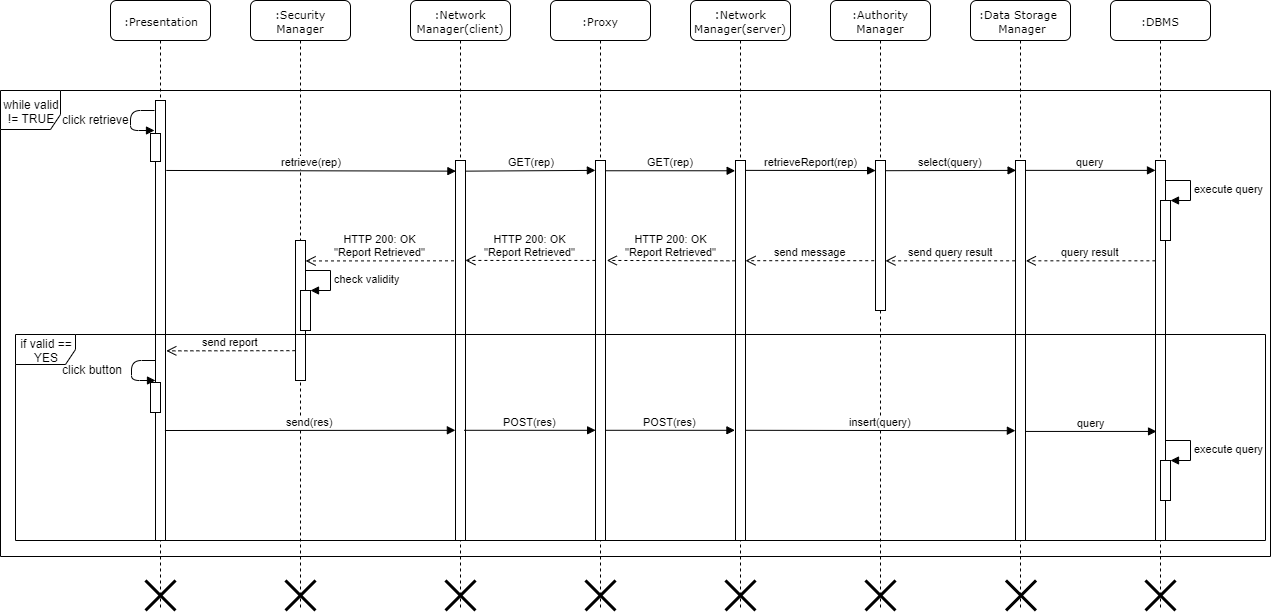
Above: DD/img/sequence_diagrams/Retrieve_report.png in dariomiceli3/SafeStreet (draw.io), before the change. Source tidied: cells renumbered, new cells last; positions are measured from the earlier drawing's top-left corner, leaving out a move shared by most shapes. Source of this version:
```xml
<mxGraphModel background="#ffffff">
  <root>
    <mxCell id="0" />
    <mxCell id="1" parent="0" />
    <mxCell id="2" value="&lt;span style=&quot;font-size: 11px&quot;&gt;:Security Manager&lt;/span&gt;" style="shape=umlLifeline;perimeter=lifelinePerimeter;whiteSpace=wrap;html=1;rounded=1;shadow=0;comic=0;labelBackgroundColor=none;strokeWidth=1;fontFamily=Verdana;fontSize=12;align=center;" parent="1" vertex="1">
      <mxGeometry x="250" width="100" height="610" as="geometry" />
    </mxCell>
    <mxCell id="3" style="html=1;points=[];perimeter=orthogonalPerimeter;rounded=0;shadow=0;comic=0;labelBackgroundColor=none;strokeWidth=1;fontFamily=Verdana;fontSize=12;align=center;" parent="2" vertex="1">
      <mxGeometry x="45" y="240" width="10" height="140" as="geometry" />
    </mxCell>
    <mxCell id="4" style="html=1;points=[];perimeter=orthogonalPerimeter;" parent="2" vertex="1">
      <mxGeometry x="50" y="290" width="10" height="40" as="geometry" />
    </mxCell>
    <mxCell id="5" value="check validity" style="edgeStyle=orthogonalEdgeStyle;html=1;align=left;spacingLeft=2;endArrow=block;rounded=0;entryX=1;entryY=0;" parent="2" edge="1" target="4">
      <mxGeometry relative="1" as="geometry">
        <mxPoint x="55" y="270" as="sourcePoint" />
        <Array as="points">
          <mxPoint x="80" y="270" />
        </Array>
      </mxGeometry>
    </mxCell>
    <mxCell id="6" value="&lt;span style=&quot;font-size: 11px&quot;&gt;:Network Manager(client)&lt;/span&gt;" style="shape=umlLifeline;perimeter=lifelinePerimeter;whiteSpace=wrap;html=1;rounded=1;shadow=0;comic=0;labelBackgroundColor=none;strokeWidth=1;fontFamily=Verdana;fontSize=12;align=center;" parent="1" vertex="1">
      <mxGeometry x="410" width="100" height="610" as="geometry" />
    </mxCell>
    <mxCell id="7" style="html=1;points=[];perimeter=orthogonalPerimeter;rounded=0;shadow=0;comic=0;labelBackgroundColor=none;strokeWidth=1;fontFamily=Verdana;fontSize=12;align=center;" parent="6" vertex="1">
      <mxGeometry x="45" y="160" width="10" height="380" as="geometry" />
    </mxCell>
    <mxCell id="8" value="&lt;font style=&quot;font-size: 11px&quot;&gt;:Proxy&lt;/font&gt;" style="shape=umlLifeline;perimeter=lifelinePerimeter;whiteSpace=wrap;html=1;rounded=1;shadow=0;comic=0;labelBackgroundColor=none;strokeWidth=1;fontFamily=Verdana;fontSize=12;align=center;" parent="1" vertex="1">
      <mxGeometry x="550" width="100" height="610" as="geometry" />
    </mxCell>
    <mxCell id="9" style="html=1;points=[];perimeter=orthogonalPerimeter;rounded=0;shadow=0;comic=0;labelBackgroundColor=none;strokeWidth=1;fontFamily=Verdana;fontSize=12;align=center;" parent="8" vertex="1">
      <mxGeometry x="45" y="160" width="10" height="380" as="geometry" />
    </mxCell>
    <mxCell id="10" value=":&lt;span style=&quot;font-size: 11px&quot;&gt;Network Manager(server)&lt;/span&gt;" style="shape=umlLifeline;perimeter=lifelinePerimeter;whiteSpace=wrap;html=1;rounded=1;shadow=0;comic=0;labelBackgroundColor=none;strokeWidth=1;fontFamily=Verdana;fontSize=12;align=center;" parent="1" vertex="1">
      <mxGeometry x="690" width="100" height="610" as="geometry" />
    </mxCell>
    <mxCell id="11" style="html=1;points=[];perimeter=orthogonalPerimeter;rounded=0;shadow=0;comic=0;labelBackgroundColor=none;strokeWidth=1;fontFamily=Verdana;fontSize=12;align=center;" parent="10" vertex="1">
      <mxGeometry x="45" y="160" width="10" height="380" as="geometry" />
    </mxCell>
    <mxCell id="12" value="&lt;font style=&quot;font-size: 11px&quot;&gt;:Authority Manager&lt;/font&gt;" style="shape=umlLifeline;perimeter=lifelinePerimeter;whiteSpace=wrap;html=1;rounded=1;shadow=0;comic=0;labelBackgroundColor=none;strokeWidth=1;fontFamily=Verdana;fontSize=12;align=center;" parent="1" vertex="1">
      <mxGeometry x="830" width="100" height="610" as="geometry" />
    </mxCell>
    <mxCell id="13" style="html=1;points=[];perimeter=orthogonalPerimeter;rounded=0;shadow=0;comic=0;labelBackgroundColor=none;strokeColor=#000000;strokeWidth=1;fillColor=#FFFFFF;fontFamily=Verdana;fontSize=12;fontColor=#000000;align=center;" parent="12" vertex="1">
      <mxGeometry x="45" y="160" width="10" height="150" as="geometry" />
    </mxCell>
    <mxCell id="14" value="&lt;font style=&quot;font-size: 11px&quot;&gt;:Presentation&lt;/font&gt;" style="shape=umlLifeline;perimeter=lifelinePerimeter;whiteSpace=wrap;html=1;rounded=1;shadow=0;comic=0;labelBackgroundColor=none;strokeWidth=1;fontFamily=Verdana;fontSize=12;align=center;" parent="1" vertex="1">
      <mxGeometry x="110" width="100" height="610" as="geometry" />
    </mxCell>
    <mxCell id="15" style="html=1;points=[];perimeter=orthogonalPerimeter;rounded=0;shadow=0;comic=0;labelBackgroundColor=none;strokeWidth=1;fontFamily=Verdana;fontSize=12;align=center;" parent="14" vertex="1">
      <mxGeometry x="45" y="100" width="10" height="440" as="geometry" />
    </mxCell>
    <mxCell id="16" value="retrieve(rep)" style="html=1;verticalAlign=bottom;endArrow=block;exitX=0.88;exitY=0.159;exitDx=0;exitDy=0;exitPerimeter=0;entryX=0.04;entryY=0.028;entryDx=0;entryDy=0;entryPerimeter=0;" parent="14" edge="1" target="7">
      <mxGeometry relative="1" as="geometry">
        <mxPoint x="55.8" y="170" as="sourcePoint" />
      </mxGeometry>
    </mxCell>
    <mxCell id="17" style="html=1;perimeter=orthogonalPerimeter;" parent="14" vertex="1">
      <mxGeometry x="40" y="382" width="10" height="30" as="geometry" />
    </mxCell>
    <mxCell id="18" style="shape=umlDestroy;whiteSpace=wrap;html=1;strokeWidth=3;" parent="14" vertex="1">
      <mxGeometry x="35" y="580" width="30" height="30" as="geometry" />
    </mxCell>
    <mxCell id="19" style="shape=umlDestroy;whiteSpace=wrap;html=1;strokeWidth=3;" parent="14" vertex="1">
      <mxGeometry x="615" y="580" width="30" height="30" as="geometry" />
    </mxCell>
    <mxCell id="20" value="&lt;font style=&quot;font-size: 11px&quot;&gt;:Data Storage&amp;nbsp;&lt;br&gt;&amp;nbsp;Manager&lt;/font&gt;" style="shape=umlLifeline;perimeter=lifelinePerimeter;whiteSpace=wrap;html=1;rounded=1;shadow=0;comic=0;labelBackgroundColor=none;strokeWidth=1;fontFamily=Verdana;fontSize=12;align=center;" parent="1" vertex="1">
      <mxGeometry x="970" width="100" height="610" as="geometry" />
    </mxCell>
    <mxCell id="21" style="html=1;points=[];perimeter=orthogonalPerimeter;rounded=0;shadow=0;comic=0;labelBackgroundColor=none;strokeColor=#000000;strokeWidth=1;fillColor=#FFFFFF;fontFamily=Verdana;fontSize=12;fontColor=#000000;align=center;" parent="20" vertex="1">
      <mxGeometry x="45" y="160" width="10" height="380" as="geometry" />
    </mxCell>
    <mxCell id="22" value="&lt;font style=&quot;font-size: 11px&quot;&gt;:DBMS&lt;/font&gt;" style="shape=umlLifeline;perimeter=lifelinePerimeter;whiteSpace=wrap;html=1;rounded=1;shadow=0;comic=0;labelBackgroundColor=none;strokeWidth=1;fontFamily=Verdana;fontSize=12;align=center;" parent="1" vertex="1">
      <mxGeometry x="1110" width="100" height="610" as="geometry" />
    </mxCell>
    <mxCell id="23" style="html=1;points=[];perimeter=orthogonalPerimeter;rounded=0;shadow=0;comic=0;labelBackgroundColor=none;strokeColor=#000000;strokeWidth=1;fillColor=#FFFFFF;fontFamily=Verdana;fontSize=12;fontColor=#000000;align=center;" parent="22" vertex="1">
      <mxGeometry x="45" y="160" width="10" height="380" as="geometry" />
    </mxCell>
    <mxCell id="24" style="html=1;points=[];perimeter=orthogonalPerimeter;" parent="22" vertex="1">
      <mxGeometry x="50" y="200" width="10" height="40" as="geometry" />
    </mxCell>
    <mxCell id="25" value="execute query" style="edgeStyle=orthogonalEdgeStyle;html=1;align=left;spacingLeft=2;endArrow=block;rounded=0;entryX=1;entryY=0;" parent="22" edge="1" target="24">
      <mxGeometry relative="1" as="geometry">
        <mxPoint x="55" y="180" as="sourcePoint" />
        <Array as="points">
          <mxPoint x="80" y="180" />
        </Array>
      </mxGeometry>
    </mxCell>
    <mxCell id="26" style="html=1;points=[];perimeter=orthogonalPerimeter;" parent="22" vertex="1">
      <mxGeometry x="50" y="460" width="10" height="40" as="geometry" />
    </mxCell>
    <mxCell id="27" value="execute query" style="edgeStyle=orthogonalEdgeStyle;html=1;align=left;spacingLeft=2;endArrow=block;rounded=0;entryX=1;entryY=0;" parent="22" edge="1" target="26">
      <mxGeometry relative="1" as="geometry">
        <mxPoint x="55" y="440" as="sourcePoint" />
        <Array as="points">
          <mxPoint x="80" y="440" />
        </Array>
      </mxGeometry>
    </mxCell>
    <mxCell id="28" style="html=1;verticalAlign=bottom;endArrow=block;" parent="1" edge="1">
      <mxGeometry x="0.29" y="32" relative="1" as="geometry">
        <mxPoint x="154" y="110" as="sourcePoint" />
        <mxPoint x="154" y="130" as="targetPoint" />
        <Array as="points">
          <mxPoint x="130" y="110" />
          <mxPoint x="130" y="130" />
        </Array>
        <mxPoint x="-30" y="22" as="offset" />
      </mxGeometry>
    </mxCell>
    <mxCell id="29" value="click retrieve" style="text;html=1;align=left;verticalAlign=top;spacingTop=-4;" parent="1" vertex="1">
      <mxGeometry x="60" y="110" width="80" height="20" as="geometry" />
    </mxCell>
    <mxCell id="30" style="html=1;perimeter=orthogonalPerimeter;" parent="1" vertex="1">
      <mxGeometry x="150" y="133" width="10" height="28" as="geometry" />
    </mxCell>
    <mxCell id="31" value="GET(rep)" style="html=1;verticalAlign=bottom;endArrow=block;exitX=1.035;exitY=0.027;exitDx=0;exitDy=0;exitPerimeter=0;entryX=-0.035;entryY=0.027;entryDx=0;entryDy=0;entryPerimeter=0;" parent="1" edge="1" source="9" target="11">
      <mxGeometry relative="1" as="geometry" />
    </mxCell>
    <mxCell id="32" value="HTTP 200: OK&lt;br&gt;&quot;Report Retrieved&quot;" style="html=1;verticalAlign=bottom;endArrow=open;dashed=1;endSize=8;entryX=0.988;entryY=0.263;entryDx=0;entryDy=0;entryPerimeter=0;exitX=-0.012;exitY=0.263;exitDx=0;exitDy=0;exitPerimeter=0;" parent="1" edge="1" source="9" target="7">
      <mxGeometry relative="1" as="geometry" />
    </mxCell>
    <mxCell id="33" value="HTTP 200: OK&lt;br&gt;&quot;Report Retrieved&quot;" style="html=1;verticalAlign=bottom;endArrow=open;dashed=1;endSize=8;entryX=1.012;entryY=0.146;entryDx=0;entryDy=0;entryPerimeter=0;exitX=-0.151;exitY=0.264;exitDx=0;exitDy=0;exitPerimeter=0;" parent="1" edge="1" source="7" target="3">
      <mxGeometry relative="1" as="geometry" />
    </mxCell>
    <mxCell id="34" style="html=1;verticalAlign=bottom;endArrow=block;" parent="1" edge="1">
      <mxGeometry x="0.29" y="32" relative="1" as="geometry">
        <mxPoint x="155" y="360" as="sourcePoint" />
        <mxPoint x="155" y="380" as="targetPoint" />
        <Array as="points">
          <mxPoint x="131" y="360" />
          <mxPoint x="131" y="380" />
        </Array>
        <mxPoint x="-30" y="22" as="offset" />
      </mxGeometry>
    </mxCell>
    <mxCell id="35" value="click button" style="text;html=1;align=left;verticalAlign=top;spacingTop=-4;" parent="1" vertex="1">
      <mxGeometry x="60" y="360" width="80" height="20" as="geometry" />
    </mxCell>
    <mxCell id="36" value="POST(res)" style="html=1;verticalAlign=bottom;endArrow=block;exitX=0.988;exitY=0.71;exitDx=0;exitDy=0;exitPerimeter=0;entryX=-0.058;entryY=0.71;entryDx=0;entryDy=0;entryPerimeter=0;" parent="1" edge="1" source="9" target="11">
      <mxGeometry relative="1" as="geometry" />
    </mxCell>
    <mxCell id="37" value="while valid != TRUE" style="shape=umlFrame;whiteSpace=wrap;html=1;width=60;height=39;" parent="1" vertex="1">
      <mxGeometry y="90" width="1270" height="466" as="geometry" />
    </mxCell>
    <mxCell id="38" value="if valid == YES" style="shape=umlFrame;whiteSpace=wrap;html=1;" parent="1" vertex="1">
      <mxGeometry x="15" y="334" width="1250" height="206" as="geometry" />
    </mxCell>
    <mxCell id="39" style="shape=umlDestroy;whiteSpace=wrap;html=1;strokeWidth=3;" parent="1" vertex="1">
      <mxGeometry x="285" y="580" width="30" height="30" as="geometry" />
    </mxCell>
    <mxCell id="40" style="shape=umlDestroy;whiteSpace=wrap;html=1;strokeWidth=3;direction=south;" parent="1" vertex="1">
      <mxGeometry x="445" y="580" width="30" height="30" as="geometry" />
    </mxCell>
    <mxCell id="41" style="shape=umlDestroy;whiteSpace=wrap;html=1;strokeWidth=3;" parent="1" vertex="1">
      <mxGeometry x="585" y="580" width="30" height="30" as="geometry" />
    </mxCell>
    <mxCell id="42" style="shape=umlDestroy;whiteSpace=wrap;html=1;strokeWidth=3;" parent="1" vertex="1">
      <mxGeometry x="865" y="580" width="30" height="30" as="geometry" />
    </mxCell>
    <mxCell id="43" style="shape=umlDestroy;whiteSpace=wrap;html=1;strokeWidth=3;direction=south;" parent="1" vertex="1">
      <mxGeometry x="1005.5" y="580" width="30" height="30" as="geometry" />
    </mxCell>
    <mxCell id="44" style="shape=umlDestroy;whiteSpace=wrap;html=1;strokeWidth=3;" parent="1" vertex="1">
      <mxGeometry x="1145" y="580" width="30" height="30" as="geometry" />
    </mxCell>
    <mxCell id="45" value="GET(rep)" style="html=1;verticalAlign=bottom;endArrow=block;exitX=1.08;exitY=0.028;exitDx=0;exitDy=0;exitPerimeter=0;entryX=-0.012;entryY=0.026;entryDx=0;entryDy=0;entryPerimeter=0;" parent="1" edge="1" source="7" target="9">
      <mxGeometry relative="1" as="geometry" />
    </mxCell>
    <mxCell id="46" value="retrieveReport(rep)" style="html=1;verticalAlign=bottom;endArrow=block;exitX=1.035;exitY=0.026;exitDx=0;exitDy=0;exitPerimeter=0;entryX=0.012;entryY=0.067;entryDx=0;entryDy=0;entryPerimeter=0;" parent="1" edge="1" source="11" target="13">
      <mxGeometry relative="1" as="geometry" />
    </mxCell>
    <mxCell id="47" value="select(query)" style="html=1;verticalAlign=bottom;endArrow=block;exitX=1.035;exitY=0.068;exitDx=0;exitDy=0;exitPerimeter=0;entryX=0.058;entryY=0.026;entryDx=0;entryDy=0;entryPerimeter=0;" parent="1" edge="1" source="13" target="21">
      <mxGeometry relative="1" as="geometry" />
    </mxCell>
    <mxCell id="48" value="query" style="html=1;verticalAlign=bottom;endArrow=block;exitX=1.035;exitY=0.026;exitDx=0;exitDy=0;exitPerimeter=0;" parent="1" edge="1" source="21" target="23">
      <mxGeometry relative="1" as="geometry" />
    </mxCell>
    <mxCell id="49" value="query result" style="html=1;verticalAlign=bottom;endArrow=open;dashed=1;endSize=8;entryX=1.035;entryY=0.264;entryDx=0;entryDy=0;entryPerimeter=0;exitX=-0.012;exitY=0.264;exitDx=0;exitDy=0;exitPerimeter=0;" parent="1" edge="1" source="23" target="21">
      <mxGeometry relative="1" as="geometry" />
    </mxCell>
    <mxCell id="50" value="send query result" style="html=1;verticalAlign=bottom;endArrow=open;dashed=1;endSize=8;exitX=-0.035;exitY=0.264;exitDx=0;exitDy=0;exitPerimeter=0;" parent="1" edge="1" source="21" target="13">
      <mxGeometry relative="1" as="geometry" />
    </mxCell>
    <mxCell id="51" value="send message" style="html=1;verticalAlign=bottom;endArrow=open;dashed=1;endSize=8;exitX=-0.128;exitY=0.668;exitDx=0;exitDy=0;exitPerimeter=0;" parent="1" edge="1" source="13" target="11">
      <mxGeometry relative="1" as="geometry" />
    </mxCell>
    <mxCell id="52" value="HTTP 200: OK&lt;br&gt;&quot;Report Retrieved&quot;" style="html=1;verticalAlign=bottom;endArrow=open;dashed=1;endSize=8;exitX=-0.012;exitY=0.264;exitDx=0;exitDy=0;exitPerimeter=0;entryX=1.128;entryY=0.263;entryDx=0;entryDy=0;entryPerimeter=0;" parent="1" edge="1" source="11" target="9">
      <mxGeometry relative="1" as="geometry" />
    </mxCell>
    <mxCell id="53" value="send report" style="html=1;verticalAlign=bottom;endArrow=open;dashed=1;endSize=8;entryX=1.081;entryY=0.569;entryDx=0;entryDy=0;entryPerimeter=0;exitX=-0.012;exitY=0.787;exitDx=0;exitDy=0;exitPerimeter=0;" parent="1" edge="1" source="3" target="15">
      <mxGeometry relative="1" as="geometry" />
    </mxCell>
    <mxCell id="54" value="send(res)" style="html=1;verticalAlign=bottom;endArrow=block;exitX=0.942;exitY=0.75;exitDx=0;exitDy=0;exitPerimeter=0;entryX=-0.012;entryY=0.71;entryDx=0;entryDy=0;entryPerimeter=0;" parent="1" edge="1" source="15" target="7">
      <mxGeometry relative="1" as="geometry" />
    </mxCell>
    <mxCell id="55" value="POST(res)" style="html=1;verticalAlign=bottom;endArrow=block;exitX=0.872;exitY=0.71;exitDx=0;exitDy=0;exitPerimeter=0;entryX=0.012;entryY=0.71;entryDx=0;entryDy=0;entryPerimeter=0;" parent="1" edge="1" source="7" target="9">
      <mxGeometry relative="1" as="geometry" />
    </mxCell>
    <mxCell id="56" value="insert(query)" style="html=1;verticalAlign=bottom;endArrow=block;exitX=0.965;exitY=0.71;exitDx=0;exitDy=0;exitPerimeter=0;entryX=-0.012;entryY=0.711;entryDx=0;entryDy=0;entryPerimeter=0;" parent="1" edge="1" source="11" target="21">
      <mxGeometry relative="1" as="geometry" />
    </mxCell>
    <mxCell id="57" value="query" style="html=1;verticalAlign=bottom;endArrow=block;entryX=0.105;entryY=0.713;entryDx=0;entryDy=0;entryPerimeter=0;" parent="1" edge="1" source="21" target="23">
      <mxGeometry relative="1" as="geometry" />
    </mxCell>
  </root>
</mxGraphModel>
```
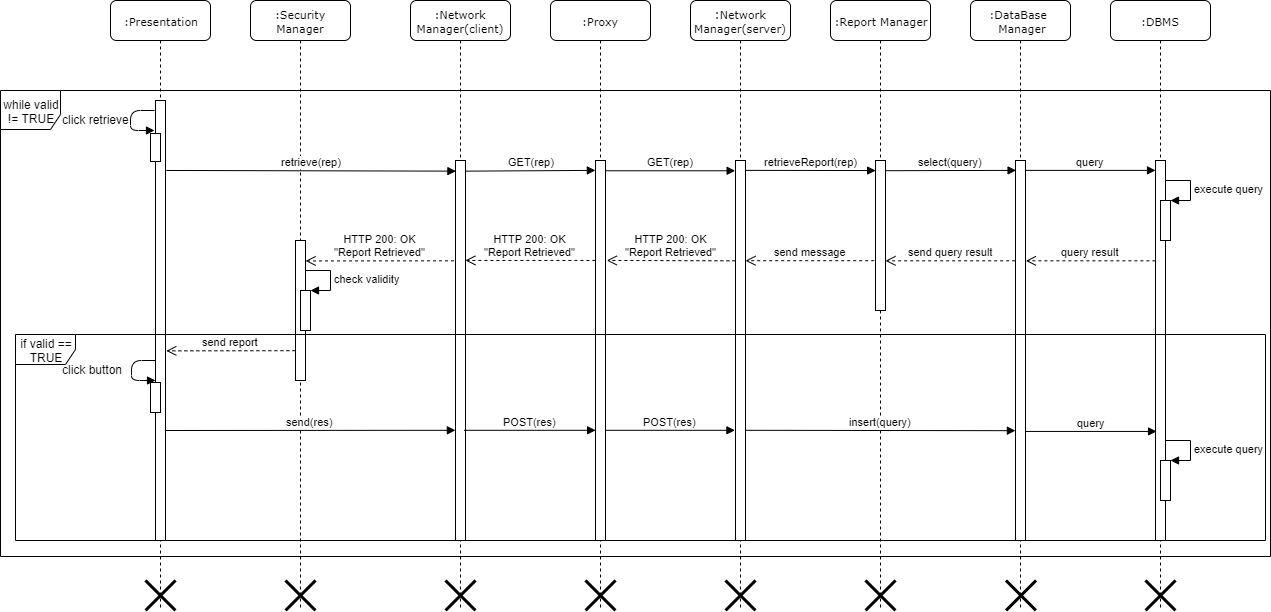
The same diagram one commit later.

Diff of the diagram source:
```diff
@@ -37,7 +37,7 @@
     <mxCell id="11" style="html=1;points=[];perimeter=orthogonalPerimeter;rounded=0;shadow=0;comic=0;labelBackgroundColor=none;strokeWidth=1;fontFamily=Verdana;fontSize=12;align=center;" parent="10" vertex="1">
       <mxGeometry x="45" y="160" width="10" height="380" as="geometry" />
     </mxCell>
-    <mxCell id="12" value="&lt;font style=&quot;font-size: 11px&quot;&gt;:Authority Manager&lt;/font&gt;" style="shape=umlLifeline;perimeter=lifelinePerimeter;whiteSpace=wrap;html=1;rounded=1;shadow=0;comic=0;labelBackgroundColor=none;strokeWidth=1;fontFamily=Verdana;fontSize=12;align=center;" parent="1" vertex="1">
+    <mxCell id="12" value="&lt;font style=&quot;font-size: 11px&quot;&gt;:Report Manager&lt;/font&gt;" style="shape=umlLifeline;perimeter=lifelinePerimeter;whiteSpace=wrap;html=1;rounded=1;shadow=0;comic=0;labelBackgroundColor=none;strokeWidth=1;fontFamily=Verdana;fontSize=12;align=center;" parent="1" vertex="1">
       <mxGeometry x="830" width="100" height="610" as="geometry" />
     </mxCell>
     <mxCell id="13" style="html=1;points=[];perimeter=orthogonalPerimeter;rounded=0;shadow=0;comic=0;labelBackgroundColor=none;strokeColor=#000000;strokeWidth=1;fillColor=#FFFFFF;fontFamily=Verdana;fontSize=12;fontColor=#000000;align=center;" parent="12" vertex="1">
@@ -63,7 +63,7 @@
     <mxCell id="19" style="shape=umlDestroy;whiteSpace=wrap;html=1;strokeWidth=3;" parent="14" vertex="1">
       <mxGeometry x="615" y="580" width="30" height="30" as="geometry" />
     </mxCell>
-    <mxCell id="20" value="&lt;font style=&quot;font-size: 11px&quot;&gt;:Data Storage&amp;nbsp;&lt;br&gt;&amp;nbsp;Manager&lt;/font&gt;" style="shape=umlLifeline;perimeter=lifelinePerimeter;whiteSpace=wrap;html=1;rounded=1;shadow=0;comic=0;labelBackgroundColor=none;strokeWidth=1;fontFamily=Verdana;fontSize=12;align=center;" parent="1" vertex="1">
+    <mxCell id="20" value="&lt;font style=&quot;font-size: 11px&quot;&gt;:DataBase&amp;nbsp;&lt;br&gt;&amp;nbsp;Manager&lt;/font&gt;" style="shape=umlLifeline;perimeter=lifelinePerimeter;whiteSpace=wrap;html=1;rounded=1;shadow=0;comic=0;labelBackgroundColor=none;strokeWidth=1;fontFamily=Verdana;fontSize=12;align=center;" parent="1" vertex="1">
       <mxGeometry x="970" width="100" height="610" as="geometry" />
     </mxCell>
     <mxCell id="21" style="html=1;points=[];perimeter=orthogonalPerimeter;rounded=0;shadow=0;comic=0;labelBackgroundColor=none;strokeColor=#000000;strokeWidth=1;fillColor=#FFFFFF;fontFamily=Verdana;fontSize=12;fontColor=#000000;align=center;" parent="20" vertex="1">
@@ -143,7 +143,7 @@
     <mxCell id="37" value="while valid != TRUE" style="shape=umlFrame;whiteSpace=wrap;html=1;width=60;height=39;" parent="1" vertex="1">
       <mxGeometry y="90" width="1270" height="466" as="geometry" />
     </mxCell>
-    <mxCell id="38" value="if valid == YES" style="shape=umlFrame;whiteSpace=wrap;html=1;" parent="1" vertex="1">
+    <mxCell id="38" value="if valid == TRUE" style="shape=umlFrame;whiteSpace=wrap;html=1;" parent="1" vertex="1">
       <mxGeometry x="15" y="334" width="1250" height="206" as="geometry" />
     </mxCell>
     <mxCell id="39" style="shape=umlDestroy;whiteSpace=wrap;html=1;strokeWidth=3;" parent="1" vertex="1">
```
